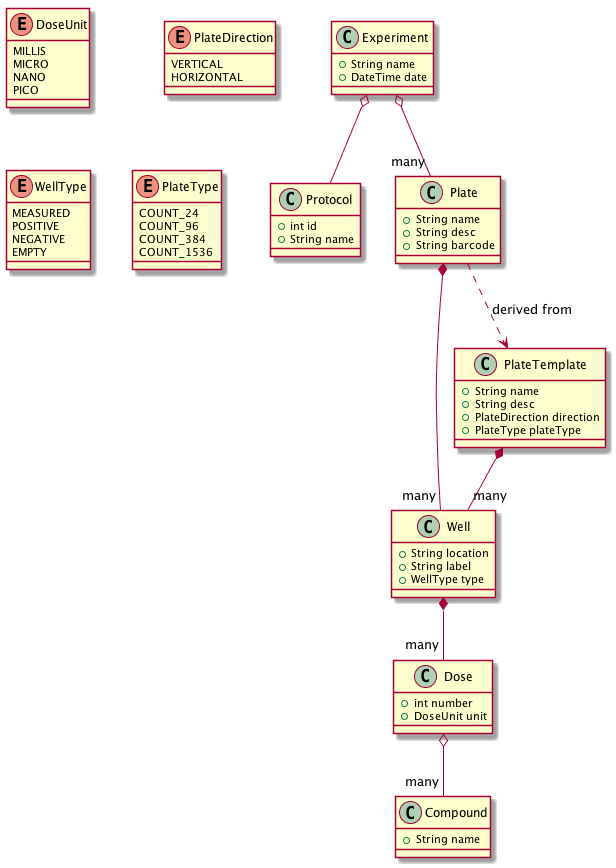
Before: docs/uml/classes.png, a diagram exported from PlantUML (massfords/we99). Source of this version:
```plantuml
@startuml

class Experiment o-- Protocol
class Experiment o-- "many" Plate
class Plate *-- "many" Well
class Well *-- "many" Dose
class Dose o-- "many" Compound
class Plate ..> PlateTemplate : derived from
class PlateTemplate *-- "many" Well

class Experiment {
 + String name
 + DateTime date
}

class PlateTemplate {
 + String name
 + String desc
 + PlateDirection direction
 + PlateType plateType
}

class Plate {
 + String name
 + String desc
 + String barcode
}

class Well {
 + String location
 + String label
 + WellType type
}

class Dose {
 + int number
 + DoseUnit unit
}

class Compound {
 + String name
}

enum DoseUnit {
	MILLIS
	MICRO
	NANO
	PICO
}

enum PlateDirection {
	VERTICAL
	HORIZONTAL
}

enum WellType {
    MEASURED
	POSITIVE
	NEGATIVE
	EMPTY
}

enum PlateType {
	COUNT_24
	COUNT_96
	COUNT_384
	COUNT_1536
}

class Protocol {
 + int id
 + String name
}

@enduml
```
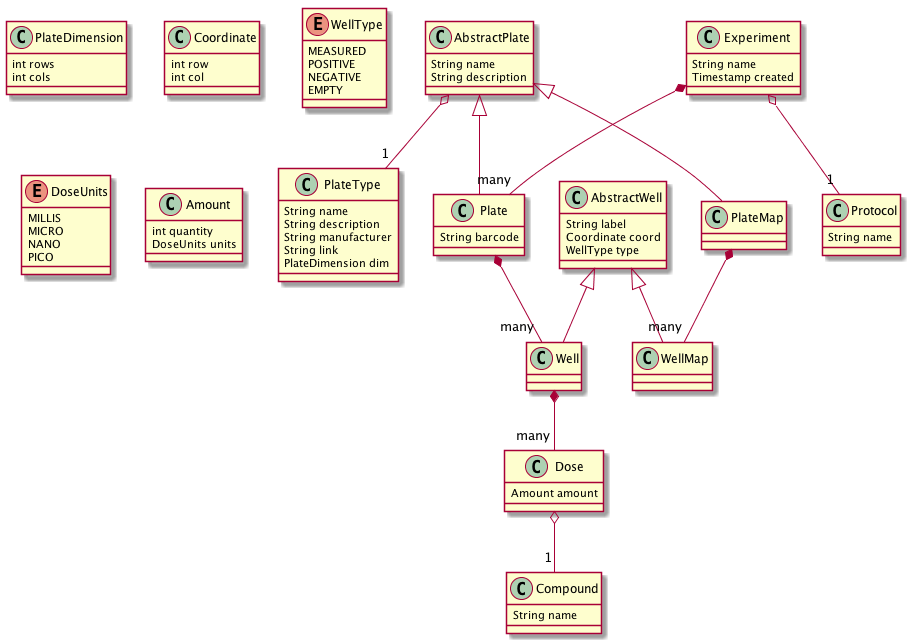
After the commit.

Commit message:
- updated domain model class diagram

Change to the diagram source:
```diff
@@ -1,75 +1,93 @@
 @startuml
 
-class Experiment o-- Protocol
-class Experiment o-- "many" Plate
-class Plate *-- "many" Well
-class Well *-- "many" Dose
-class Dose o-- "many" Compound
-class Plate ..> PlateTemplate : derived from
-class PlateTemplate *-- "many" Well
+AbstractPlate <|-- Plate
+AbstractPlate <|-- PlateMap
+AbstractPlate o-- "1" PlateType
+Plate *-- "many" Well
+AbstractWell <|-- Well
+AbstractWell <|-- WellMap
+Well *-- "many" Dose
+Dose o-- "1" Compound
+PlateMap *-- "many" WellMap
+Experiment *-- "many" Plate
+Experiment o-- "1" Protocol
 
-class Experiment {
- + String name
- + DateTime date
+class Plate {
+    String barcode
 }
 
-class PlateTemplate {
- + String name
- + String desc
- + PlateDirection direction
- + PlateType plateType
+class AbstractPlate {
+    String name
+    String description
 }
 
-class Plate {
- + String name
- + String desc
- + String barcode
+class PlateType {
+    String name
+    String description
+    String manufacturer
+    String link
+    PlateDimension dim
+}
+
+class PlateDimension {
+    int rows
+    int cols
 }
 
 class Well {
- + String location
- + String label
- + WellType type
+
 }
 
-class Dose {
- + int number
- + DoseUnit unit
+class WellMap {
+
 }
 
-class Compound {
- + String name
+class AbstractWell {
+    String label
+    Coordinate coord
+    WellType type
 }
 
-enum DoseUnit {
-	MILLIS
-	MICRO
-	NANO
-	PICO
-}
-
-enum PlateDirection {
-	VERTICAL
-	HORIZONTAL
+class Coordinate {
+    int row
+    int col
 }
 
 enum WellType {
     MEASURED
-	POSITIVE
-	NEGATIVE
-	EMPTY
+    POSITIVE
+    NEGATIVE
+    EMPTY
 }
 
-enum PlateType {
-	COUNT_24
-	COUNT_96
-	COUNT_384
-	COUNT_1536
+enum DoseUnits {
+    MILLIS
+    MICRO
+    NANO
+    PICO
+}
+
+class Amount {
+    int quantity
+    DoseUnits units
+}
+
+class Dose {
+    Amount amount
+}
+
+class Compound {
+    String name
 }
 
 class Protocol {
- + int id
- + String name
+    String name
 }
 
+class Experiment {
+    String name
+    Timestamp created
+}
+
+
 @enduml
```
